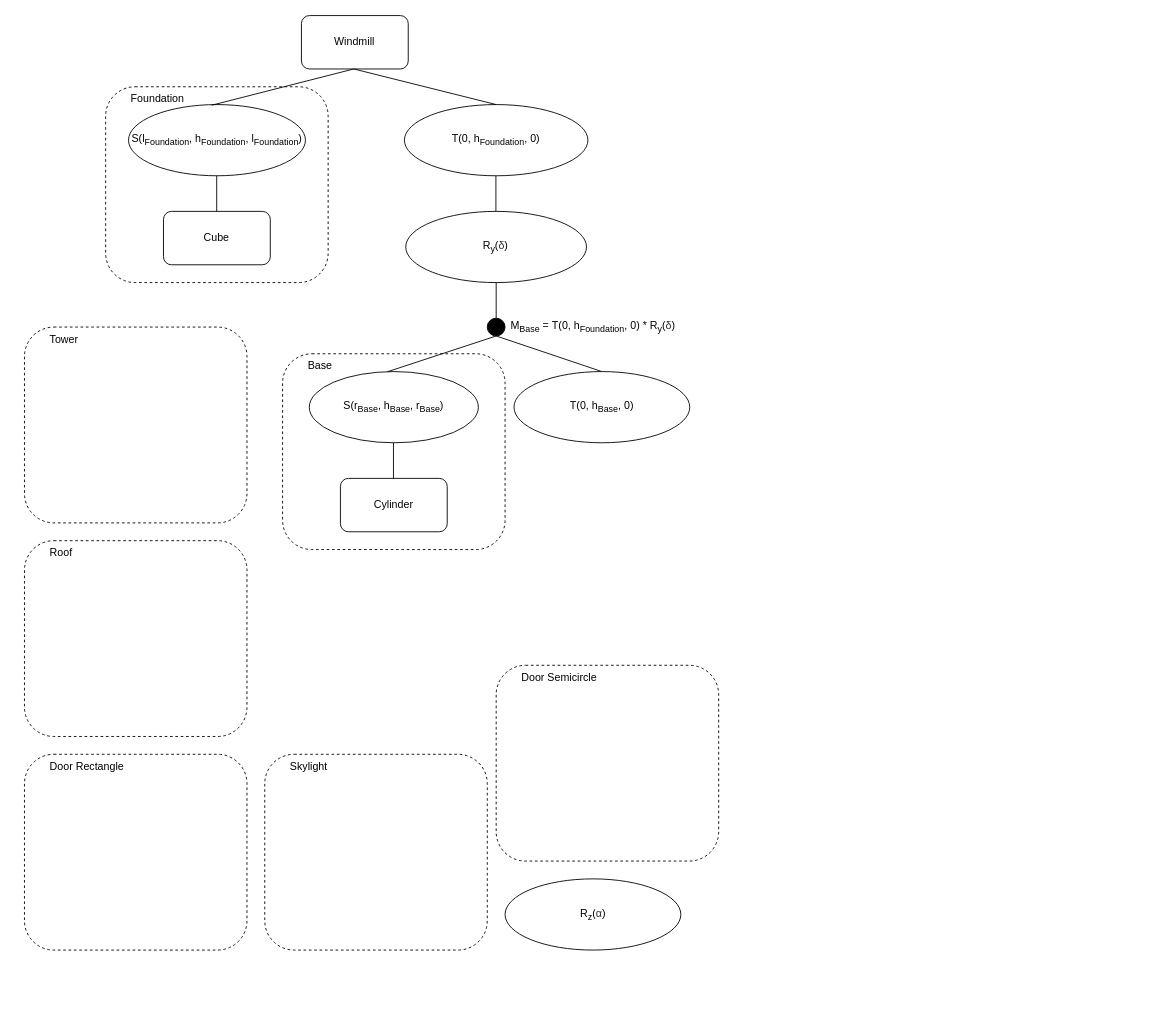
The draw.io diagram Trabalho-1/Grafo de Cena.drawio in catarinab/CG, before the edit. Source tidied: cells renumbered, new cells numbered last; positions are measured from the earlier drawing's top-left corner, leaving out a move shared by most shapes. Both pictures are drawn from the tidied source at 89%, with x=0, y=0 at pixel (24, 15).
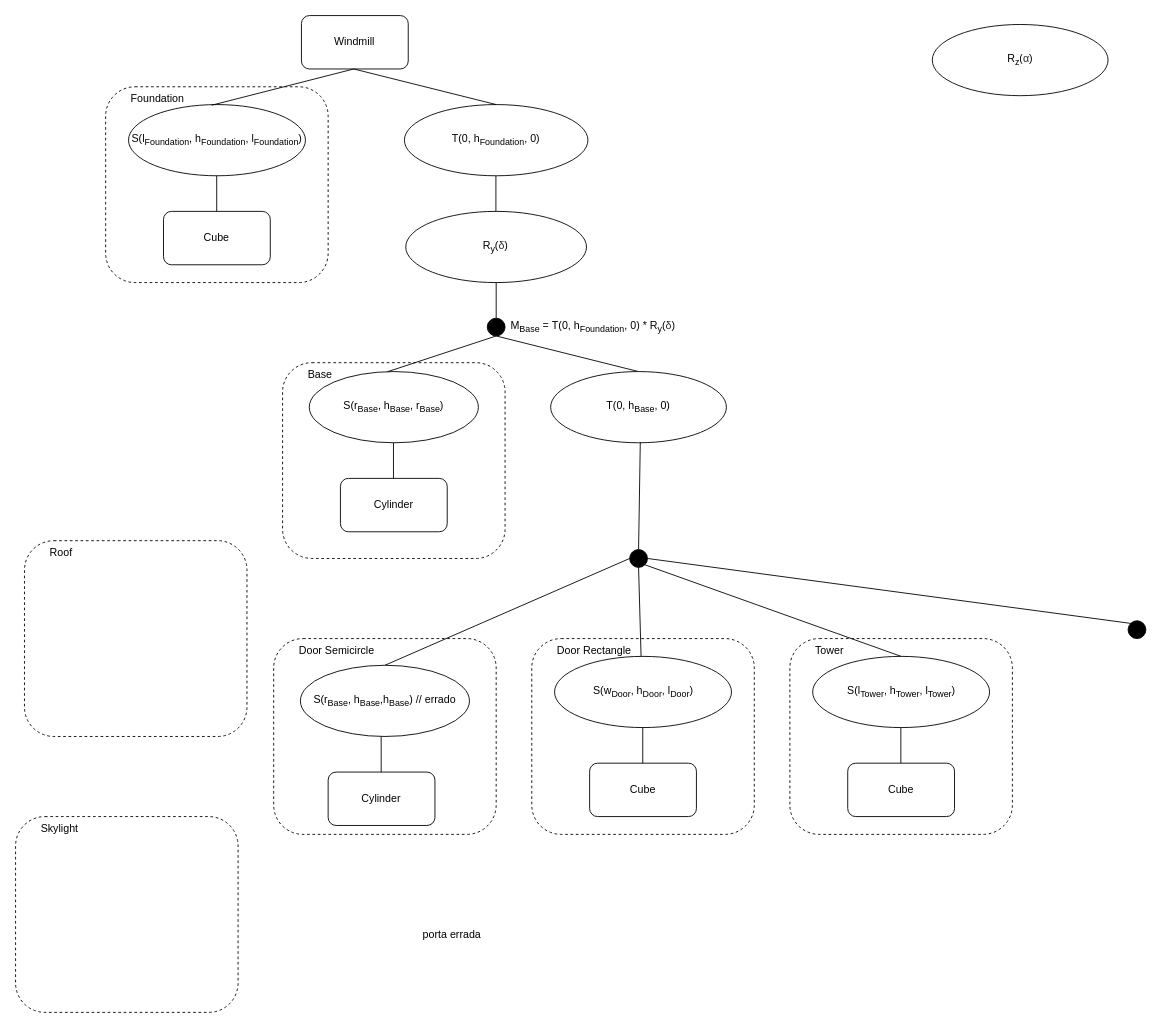
After the change.

Commit message:
Grafo de Cena

What changed in the source:
```diff
@@
     <mxCell id="17" value="&lt;span style=&quot;white-space: pre;&quot;&gt;&#9;&lt;/span&gt;Base" style="rounded=1;whiteSpace=wrap;html=1;fontFamily=Helvetica;fontSize=12;strokeColor=#000000;fillColor=none;dashed=1;align=left;verticalAlign=top;" parent="1" vertex="1">
-      <mxGeometry x="290" y="380" width="250" height="220" as="geometry" />
+      <mxGeometry x="290" y="390" width="250" height="220" as="geometry" />
     </mxCell>
     <mxCell id="18" value="R&lt;sub&gt;z&lt;/sub&gt;(&lt;span style=&quot;text-align: start; caret-color: rgb(40, 40, 40); color: rgb(40, 40, 40); background-color: rgb(255, 255, 255);&quot;&gt;&lt;font style=&quot;font-size: 12px;&quot;&gt;α&lt;/font&gt;&lt;/span&gt;)" style="ellipse;whiteSpace=wrap;html=1;fontFamily=Helvetica;fontSize=12;fillColor=#FFFFFF;" parent="1" vertex="1">
-      <mxGeometry x="540" y="970" width="197.5" height="80" as="geometry" />
+      <mxGeometry x="1020" y="10" width="197.5" height="80" as="geometry" />
     </mxCell>
     <mxCell id="19" value="&lt;span style=&quot;white-space: pre;&quot;&gt;&#9;Tower&lt;/span&gt;" style="rounded=1;whiteSpace=wrap;html=1;fontFamily=Helvetica;fontSize=12;strokeColor=#000000;fillColor=none;dashed=1;align=left;verticalAlign=top;" parent="1" vertex="1">
-      <mxGeometry y="350" width="250" height="220" as="geometry" />
+      <mxGeometry x="860" y="700" width="250" height="220" as="geometry" />
     </mxCell>
@@
     <mxCell id="21" value="&lt;span style=&quot;white-space: pre;&quot;&gt;&#9;Skylight&lt;/span&gt;" style="rounded=1;whiteSpace=wrap;html=1;fontFamily=Helvetica;fontSize=12;strokeColor=#000000;fillColor=none;dashed=1;align=left;verticalAlign=top;" parent="1" vertex="1">
-      <mxGeometry x="270" y="830" width="250" height="220" as="geometry" />
+      <mxGeometry x="-10" y="900" width="250" height="220" as="geometry" />
     </mxCell>
     <mxCell id="22" value="&lt;span style=&quot;white-space: pre;&quot;&gt;&#9;Door Semicircle&lt;/span&gt;" style="rounded=1;whiteSpace=wrap;html=1;fontFamily=Helvetica;fontSize=12;strokeColor=#000000;fillColor=none;dashed=1;align=left;verticalAlign=top;" parent="1" vertex="1">
-      <mxGeometry x="530" y="730" width="250" height="220" as="geometry" />
+      <mxGeometry x="280" y="700" width="250" height="220" as="geometry" />
     </mxCell>
     <mxCell id="23" value="&lt;span style=&quot;white-space: pre;&quot;&gt;&#9;Door Rectangle&lt;/span&gt;" style="rounded=1;whiteSpace=wrap;html=1;fontFamily=Helvetica;fontSize=12;strokeColor=#000000;fillColor=none;dashed=1;align=left;verticalAlign=top;" parent="1" vertex="1">
-      <mxGeometry y="830" width="250" height="220" as="geometry" />
+      <mxGeometry x="570" y="700" width="250" height="220" as="geometry" />
     </mxCell>
@@
     <mxCell id="27" value="T(0,&amp;nbsp;h&lt;sub&gt;Base&lt;/sub&gt;, 0)" style="ellipse;whiteSpace=wrap;html=1;fontFamily=Helvetica;fontSize=12;fillColor=#FFFFFF;" parent="1" vertex="1">
-      <mxGeometry x="550" y="400" width="197.5" height="80" as="geometry" />
+      <mxGeometry x="591.2" y="400" width="197.5" height="80" as="geometry" />
     </mxCell>
+    <mxCell id="28" style="endArrow=none;html=1;rounded=0;entryX=0.51;entryY=0.993;entryDx=0;entryDy=0;entryPerimeter=0;exitX=0.5;exitY=0;exitDx=0;exitDy=0;" parent="1" edge="1" source="29" target="27">
+      <mxGeometry relative="1" as="geometry" />
+    </mxCell>
+    <mxCell id="29" style="ellipse;whiteSpace=wrap;html=1;fontFamily=Helvetica;fontSize=12;fillColor=#000000;" parent="1" vertex="1">
+      <mxGeometry x="680" y="600" width="20" height="20" as="geometry" />
+    </mxCell>
+    <mxCell id="30" style="endArrow=none;html=1;rounded=0;fontFamily=Helvetica;fontSize=12;exitX=0.5;exitY=0;exitDx=0;exitDy=0;" parent="1" edge="1" source="33">
+      <mxGeometry relative="1" as="geometry">
+        <mxPoint x="680" y="610" as="targetPoint" />
+      </mxGeometry>
+    </mxCell>
+    <mxCell id="31" style="endArrow=none;html=1;rounded=0;fontFamily=Helvetica;fontSize=12;exitX=0.489;exitY=-0.003;exitDx=0;exitDy=0;entryX=0.5;entryY=1;entryDx=0;entryDy=0;exitPerimeter=0;" parent="1" edge="1" source="36" target="29">
+      <mxGeometry relative="1" as="geometry" />
+    </mxCell>
+    <mxCell id="32" style="endArrow=none;html=1;rounded=0;fontFamily=Helvetica;fontSize=12;entryX=1;entryY=1;entryDx=0;entryDy=0;startArrow=none;exitX=0.5;exitY=0;exitDx=0;exitDy=0;" parent="1" edge="1" source="41" target="29">
+      <mxGeometry relative="1" as="geometry" />
+    </mxCell>
+    <mxCell id="33" value="S(r&lt;sub style=&quot;&quot;&gt;Base&lt;/sub&gt;, h&lt;sub&gt;Base&lt;/sub&gt;,h&lt;sub style=&quot;&quot;&gt;Base&lt;/sub&gt;) // errado" style="ellipse;whiteSpace=wrap;html=1;" parent="1" vertex="1">
+      <mxGeometry x="310" y="730" width="190" height="80" as="geometry" />
+    </mxCell>
+    <mxCell id="34" value="Cylinder" style="rounded=1;whiteSpace=wrap;html=1;" parent="1" vertex="1">
+      <mxGeometry x="341.2" y="850" width="120" height="60" as="geometry" />
+    </mxCell>
+    <mxCell id="35" style="endArrow=none;html=1;rounded=0;exitX=0.5;exitY=0;exitDx=0;exitDy=0;" parent="1" edge="1">
+      <mxGeometry relative="1" as="geometry">
+        <mxPoint x="400.8" y="850" as="sourcePoint" />
+        <mxPoint x="400.8" y="810" as="targetPoint" />
+      </mxGeometry>
+    </mxCell>
+    <mxCell id="36" value="S(w&lt;sub&gt;Door&lt;/sub&gt;, h&lt;sub&gt;Door&lt;/sub&gt;, l&lt;sub&gt;Door&lt;/sub&gt;)" style="ellipse;whiteSpace=wrap;html=1;" parent="1" vertex="1">
+      <mxGeometry x="595.6" y="720" width="198.8" height="80" as="geometry" />
+    </mxCell>
+    <mxCell id="37" value="Cube" style="rounded=1;whiteSpace=wrap;html=1;" parent="1" vertex="1">
+      <mxGeometry x="635" y="840" width="120" height="60" as="geometry" />
+    </mxCell>
+    <mxCell id="38" style="endArrow=none;html=1;rounded=0;exitX=0.5;exitY=0;exitDx=0;exitDy=0;" parent="1" edge="1">
+      <mxGeometry relative="1" as="geometry">
+        <mxPoint x="694.7" y="840" as="sourcePoint" />
+        <mxPoint x="694.7" y="800" as="targetPoint" />
+      </mxGeometry>
+    </mxCell>
+    <mxCell id="39" style="endArrow=none;html=1;rounded=0;fontFamily=Helvetica;fontSize=12;startArrow=none;exitX=1;exitY=0.5;exitDx=0;exitDy=0;entryX=0;entryY=0;entryDx=0;entryDy=0;" parent="1" edge="1" source="29" target="40">
+      <mxGeometry relative="1" as="geometry" />
+    </mxCell>
+    <mxCell id="40" style="ellipse;whiteSpace=wrap;html=1;fontFamily=Helvetica;fontSize=12;fillColor=#000000;" parent="1" vertex="1">
+      <mxGeometry x="1240" y="680" width="20" height="20" as="geometry" />
+    </mxCell>
+    <mxCell id="41" value="S(l&lt;sub&gt;Tower&lt;/sub&gt;, h&lt;sub&gt;Tower&lt;/sub&gt;, l&lt;sub&gt;Tower&lt;/sub&gt;)" style="ellipse;whiteSpace=wrap;html=1;" parent="1" vertex="1">
+      <mxGeometry x="885.6" y="720" width="198.8" height="80" as="geometry" />
+    </mxCell>
+    <mxCell id="42" value="Cube" style="rounded=1;whiteSpace=wrap;html=1;" parent="1" vertex="1">
+      <mxGeometry x="925" y="840" width="120" height="60" as="geometry" />
+    </mxCell>
+    <mxCell id="43" style="endArrow=none;html=1;rounded=0;exitX=0.5;exitY=0;exitDx=0;exitDy=0;" parent="1" edge="1">
+      <mxGeometry relative="1" as="geometry">
+        <mxPoint x="984.7" y="840" as="sourcePoint" />
+        <mxPoint x="984.7" y="800" as="targetPoint" />
+      </mxGeometry>
+    </mxCell>
+    <mxCell id="44" value="&lt;div&gt;porta errada&lt;/div&gt;&lt;div&gt;&lt;br&gt;&lt;/div&gt;" style="text;html=1;align=center;verticalAlign=middle;strokeColor=none;fillColor=none;" parent="1" vertex="1">
+      <mxGeometry x="440" y="1025" width="80" height="30" as="geometry" />
+    </mxCell>
```
